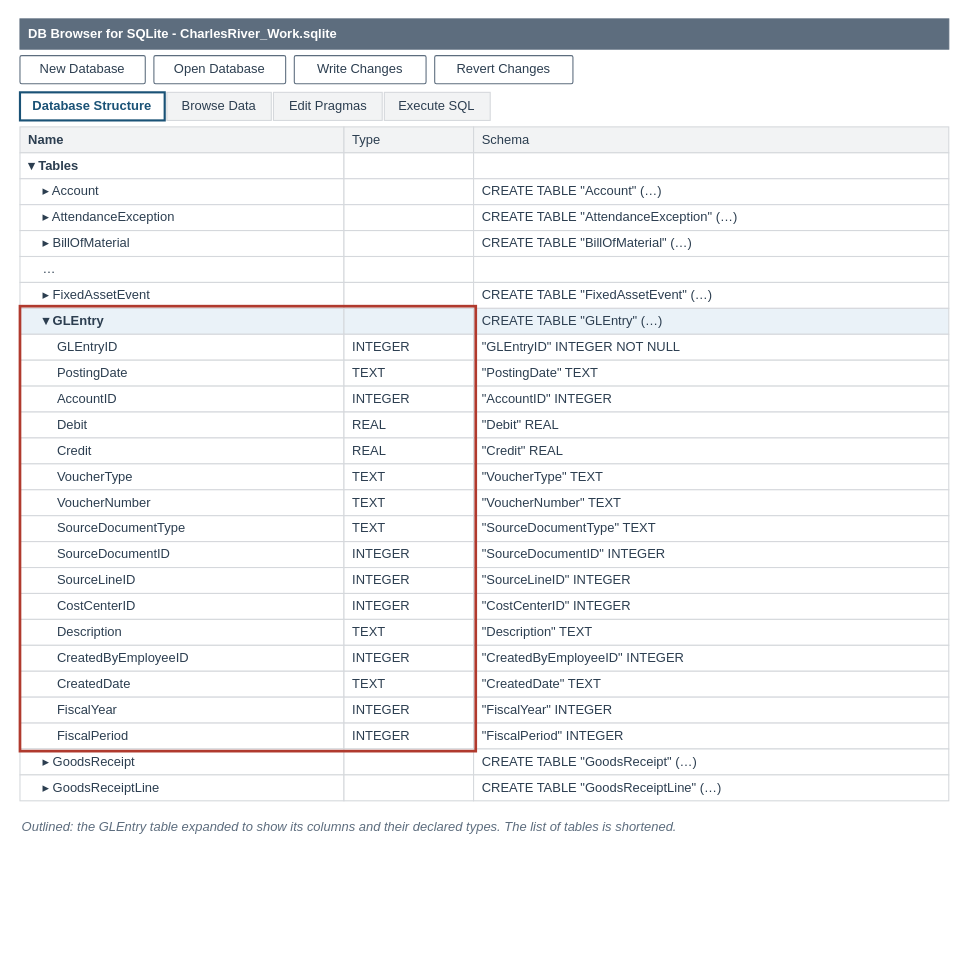
This is visuals/src/fig-09-02-database-structure.drawio from mmcodesso/Accounting_Analytics_Book, a draw.io file, before an edit. Source tidied: cells renumbered, new cells numbered last; positions are measured from the earlier drawing's top-left corner, leaving out a move shared by most shapes. Both pictures are drawn from the tidied source at 108%, with x=0, y=0 at pixel (19, 18).
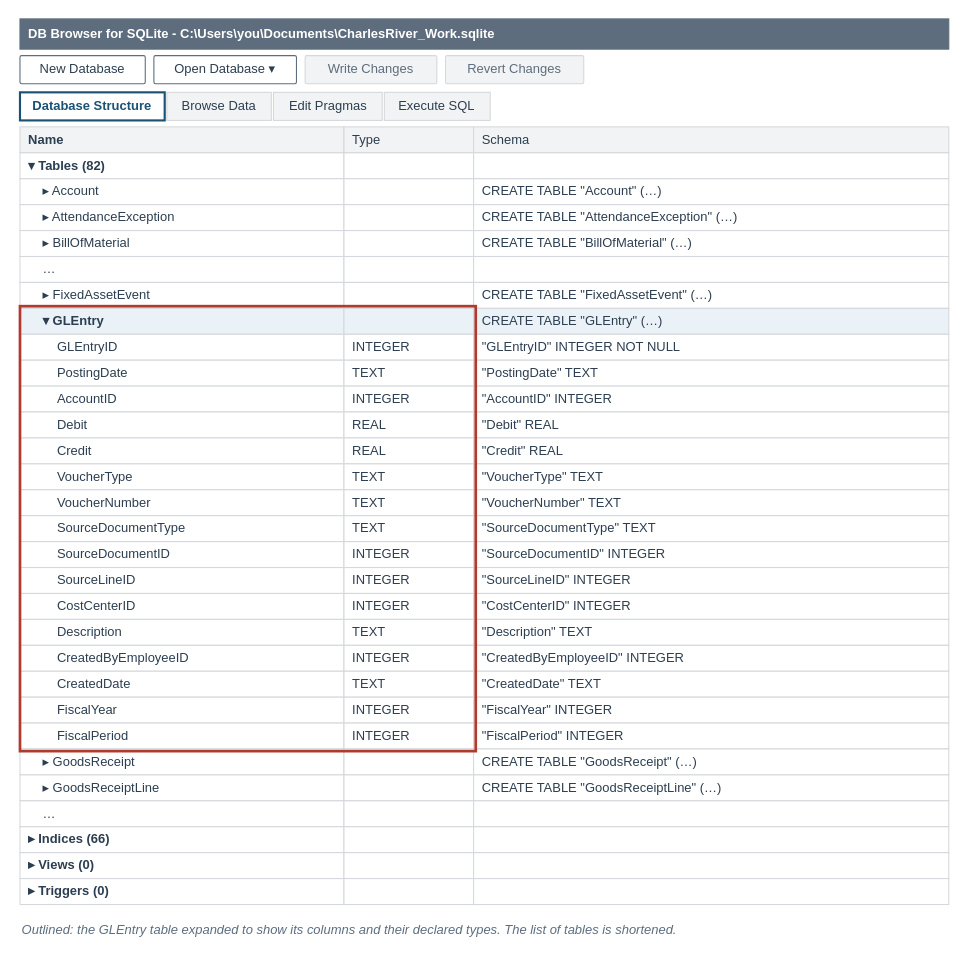
After the change.

What changed in the source:
```diff
@@
     <mxCell id="2" style="rounded=0;html=1;fillColor=none;strokeColor=none;" parent="1" vertex="1">
-      <mxGeometry width="860" height="758" as="geometry" />
+      <mxGeometry width="860" height="854" as="geometry" />
     </mxCell>
-    <mxCell id="3" value="&lt;b&gt;DB Browser for SQLite - CharlesRiver_Work.sqlite&lt;/b&gt;" style="rounded=0;arcSize=6;whiteSpace=wrap;html=1;fillColor=#5D6D7E;strokeColor=#5D6D7E;strokeWidth=1;fontColor=#FFFFFF;fontSize=12;fontStyle=0;align=left;verticalAlign=middle;fontFamily=Helvetica;spacingLeft=6;spacingRight=6;" parent="1" vertex="1">
+    <mxCell id="3" value="&lt;b&gt;DB Browser for SQLite - C:\Users\you\Documents\CharlesRiver_Work.sqlite&lt;/b&gt;" style="rounded=0;arcSize=6;whiteSpace=wrap;html=1;fillColor=#5D6D7E;strokeColor=#5D6D7E;strokeWidth=1;fontColor=#FFFFFF;fontSize=12;fontStyle=0;align=left;verticalAlign=middle;fontFamily=Helvetica;spacingLeft=6;spacingRight=6;" parent="1" vertex="1">
       <mxGeometry width="860" height="28" as="geometry" />
     </mxCell>
@@
-    <mxCell id="5" value="Open Database" style="rounded=1;arcSize=6;whiteSpace=wrap;html=1;fillColor=#FFFFFF;strokeColor=#5D6D7E;strokeWidth=1;fontColor=#2C3E50;fontSize=12;fontStyle=0;align=center;verticalAlign=middle;fontFamily=Helvetica;spacingLeft=6;spacingRight=6;" parent="1" vertex="1">
-      <mxGeometry x="124" y="34" width="122" height="26" as="geometry" />
+    <mxCell id="5" value="Open Database ▾" style="rounded=1;arcSize=6;whiteSpace=wrap;html=1;fillColor=#FFFFFF;strokeColor=#5D6D7E;strokeWidth=1;fontColor=#2C3E50;fontSize=12;fontStyle=0;align=center;verticalAlign=middle;fontFamily=Helvetica;spacingLeft=6;spacingRight=6;" parent="1" vertex="1">
+      <mxGeometry x="124" y="34" width="132" height="26" as="geometry" />
     </mxCell>
-    <mxCell id="6" value="Write Changes" style="rounded=1;arcSize=6;whiteSpace=wrap;html=1;fillColor=#FFFFFF;strokeColor=#5D6D7E;strokeWidth=1;fontColor=#2C3E50;fontSize=12;fontStyle=0;align=center;verticalAlign=middle;fontFamily=Helvetica;spacingLeft=6;spacingRight=6;" parent="1" vertex="1">
-      <mxGeometry x="254" y="34" width="122" height="26" as="geometry" />
+    <mxCell id="6" value="Write Changes" style="rounded=1;arcSize=6;whiteSpace=wrap;html=1;fillColor=#F2F3F4;strokeColor=#D5D8DC;strokeWidth=1;fontColor=#5D6D7E;fontSize=12;fontStyle=0;align=center;verticalAlign=middle;fontFamily=Helvetica;spacingLeft=6;spacingRight=6;" parent="1" vertex="1">
+      <mxGeometry x="264" y="34" width="122" height="26" as="geometry" />
     </mxCell>
-    <mxCell id="7" value="Revert Changes" style="rounded=1;arcSize=6;whiteSpace=wrap;html=1;fillColor=#FFFFFF;strokeColor=#5D6D7E;strokeWidth=1;fontColor=#2C3E50;fontSize=12;fontStyle=0;align=center;verticalAlign=middle;fontFamily=Helvetica;spacingLeft=6;spacingRight=6;" parent="1" vertex="1">
-      <mxGeometry x="384" y="34" width="128" height="26" as="geometry" />
+    <mxCell id="7" value="Revert Changes" style="rounded=1;arcSize=6;whiteSpace=wrap;html=1;fillColor=#F2F3F4;strokeColor=#D5D8DC;strokeWidth=1;fontColor=#5D6D7E;fontSize=12;fontStyle=0;align=center;verticalAlign=middle;fontFamily=Helvetica;spacingLeft=6;spacingRight=6;" parent="1" vertex="1">
+      <mxGeometry x="394" y="34" width="128" height="26" as="geometry" />
     </mxCell>
@@
-    <mxCell id="15" value="&lt;b&gt;▾ Tables&lt;/b&gt;" style="rounded=0;arcSize=6;whiteSpace=wrap;html=1;fillColor=#FFFFFF;strokeColor=#D5D8DC;strokeWidth=1;fontColor=#2C3E50;fontSize=12;fontStyle=0;align=left;verticalAlign=middle;fontFamily=Helvetica;spacingLeft=6;spacingRight=6;" parent="1" vertex="1">
+    <mxCell id="15" value="&lt;b&gt;▾ Tables (82)&lt;/b&gt;" style="rounded=0;arcSize=6;whiteSpace=wrap;html=1;fillColor=#FFFFFF;strokeColor=#D5D8DC;strokeWidth=1;fontColor=#2C3E50;fontSize=12;fontStyle=0;align=left;verticalAlign=middle;fontFamily=Helvetica;spacingLeft=6;spacingRight=6;" parent="1" vertex="1">
       <mxGeometry y="124" width="300" height="24" as="geometry" />
     </mxCell>
@@
-    <mxCell id="90" value="&lt;i&gt;Outlined: the GLEntry table expanded to show its columns and their declared types. The list of tables is shortened.&lt;/i&gt;" style="text;html=1;whiteSpace=wrap;align=left;verticalAlign=top;fontSize=12;fontColor=#5D6D7E;fontStyle=0;fontFamily=Helvetica;spacing=2;fillColor=none;strokeColor=none;" parent="1" vertex="1">
-      <mxGeometry y="734" width="860" height="22" as="geometry" />
+    <mxCell id="90" value="&amp;nbsp;&amp;nbsp;&amp;nbsp;&amp;nbsp;…" style="rounded=0;arcSize=6;whiteSpace=wrap;html=1;fillColor=#FFFFFF;strokeColor=#D5D8DC;strokeWidth=1;fontColor=#2C3E50;fontSize=12;fontStyle=0;align=left;verticalAlign=middle;fontFamily=Helvetica;spacingLeft=6;spacingRight=6;" parent="1" vertex="1">
+      <mxGeometry y="724" width="300" height="24" as="geometry" />
     </mxCell>
+    <mxCell id="92" style="rounded=0;arcSize=6;whiteSpace=wrap;html=1;fillColor=#FFFFFF;strokeColor=#D5D8DC;strokeWidth=1;fontColor=#2C3E50;fontSize=12;fontStyle=0;align=left;verticalAlign=middle;fontFamily=Helvetica;spacingLeft=6;spacingRight=6;" parent="1" vertex="1">
+      <mxGeometry x="300" y="724" width="120" height="24" as="geometry" />
+    </mxCell>
+    <mxCell id="93" style="rounded=0;arcSize=6;whiteSpace=wrap;html=1;fillColor=#FFFFFF;strokeColor=#D5D8DC;strokeWidth=1;fontColor=#2C3E50;fontSize=12;fontStyle=0;align=left;verticalAlign=middle;fontFamily=Helvetica;spacingLeft=6;spacingRight=6;" parent="1" vertex="1">
+      <mxGeometry x="420" y="724" width="440" height="24" as="geometry" />
+    </mxCell>
+    <mxCell id="94" value="&lt;b&gt;▸ Indices (66)&lt;/b&gt;" style="rounded=0;arcSize=6;whiteSpace=wrap;html=1;fillColor=#FFFFFF;strokeColor=#D5D8DC;strokeWidth=1;fontColor=#2C3E50;fontSize=12;fontStyle=0;align=left;verticalAlign=middle;fontFamily=Helvetica;spacingLeft=6;spacingRight=6;" parent="1" vertex="1">
+      <mxGeometry y="748" width="300" height="24" as="geometry" />
+    </mxCell>
+    <mxCell id="95" style="rounded=0;arcSize=6;whiteSpace=wrap;html=1;fillColor=#FFFFFF;strokeColor=#D5D8DC;strokeWidth=1;fontColor=#2C3E50;fontSize=12;fontStyle=0;align=left;verticalAlign=middle;fontFamily=Helvetica;spacingLeft=6;spacingRight=6;" parent="1" vertex="1">
+      <mxGeometry x="300" y="748" width="120" height="24" as="geometry" />
+    </mxCell>
+    <mxCell id="96" style="rounded=0;arcSize=6;whiteSpace=wrap;html=1;fillColor=#FFFFFF;strokeColor=#D5D8DC;strokeWidth=1;fontColor=#2C3E50;fontSize=12;fontStyle=0;align=left;verticalAlign=middle;fontFamily=Helvetica;spacingLeft=6;spacingRight=6;" parent="1" vertex="1">
+      <mxGeometry x="420" y="748" width="440" height="24" as="geometry" />
+    </mxCell>
+    <mxCell id="97" value="&lt;b&gt;▸ Views (0)&lt;/b&gt;" style="rounded=0;arcSize=6;whiteSpace=wrap;html=1;fillColor=#FFFFFF;strokeColor=#D5D8DC;strokeWidth=1;fontColor=#2C3E50;fontSize=12;fontStyle=0;align=left;verticalAlign=middle;fontFamily=Helvetica;spacingLeft=6;spacingRight=6;" parent="1" vertex="1">
+      <mxGeometry y="772" width="300" height="24" as="geometry" />
+    </mxCell>
+    <mxCell id="98" style="rounded=0;arcSize=6;whiteSpace=wrap;html=1;fillColor=#FFFFFF;strokeColor=#D5D8DC;strokeWidth=1;fontColor=#2C3E50;fontSize=12;fontStyle=0;align=left;verticalAlign=middle;fontFamily=Helvetica;spacingLeft=6;spacingRight=6;" parent="1" vertex="1">
+      <mxGeometry x="300" y="772" width="120" height="24" as="geometry" />
+    </mxCell>
+    <mxCell id="99" style="rounded=0;arcSize=6;whiteSpace=wrap;html=1;fillColor=#FFFFFF;strokeColor=#D5D8DC;strokeWidth=1;fontColor=#2C3E50;fontSize=12;fontStyle=0;align=left;verticalAlign=middle;fontFamily=Helvetica;spacingLeft=6;spacingRight=6;" parent="1" vertex="1">
+      <mxGeometry x="420" y="772" width="440" height="24" as="geometry" />
+    </mxCell>
+    <mxCell id="100" value="&lt;b&gt;▸ Triggers (0)&lt;/b&gt;" style="rounded=0;arcSize=6;whiteSpace=wrap;html=1;fillColor=#FFFFFF;strokeColor=#D5D8DC;strokeWidth=1;fontColor=#2C3E50;fontSize=12;fontStyle=0;align=left;verticalAlign=middle;fontFamily=Helvetica;spacingLeft=6;spacingRight=6;" parent="1" vertex="1">
+      <mxGeometry y="796" width="300" height="24" as="geometry" />
+    </mxCell>
+    <mxCell id="101" style="rounded=0;arcSize=6;whiteSpace=wrap;html=1;fillColor=#FFFFFF;strokeColor=#D5D8DC;strokeWidth=1;fontColor=#2C3E50;fontSize=12;fontStyle=0;align=left;verticalAlign=middle;fontFamily=Helvetica;spacingLeft=6;spacingRight=6;" parent="1" vertex="1">
+      <mxGeometry x="300" y="796" width="120" height="24" as="geometry" />
+    </mxCell>
+    <mxCell id="102" style="rounded=0;arcSize=6;whiteSpace=wrap;html=1;fillColor=#FFFFFF;strokeColor=#D5D8DC;strokeWidth=1;fontColor=#2C3E50;fontSize=12;fontStyle=0;align=left;verticalAlign=middle;fontFamily=Helvetica;spacingLeft=6;spacingRight=6;" parent="1" vertex="1">
+      <mxGeometry x="420" y="796" width="440" height="24" as="geometry" />
+    </mxCell>
+    <mxCell id="103" value="&lt;i&gt;Outlined: the GLEntry table expanded to show its columns and their declared types. The list of tables is shortened.&lt;/i&gt;" style="text;html=1;whiteSpace=wrap;align=left;verticalAlign=top;fontSize=12;fontColor=#5D6D7E;fontStyle=0;fontFamily=Helvetica;spacing=2;fillColor=none;strokeColor=none;" parent="1" vertex="1">
+      <mxGeometry y="830" width="860" height="22" as="geometry" />
+    </mxCell>
```
